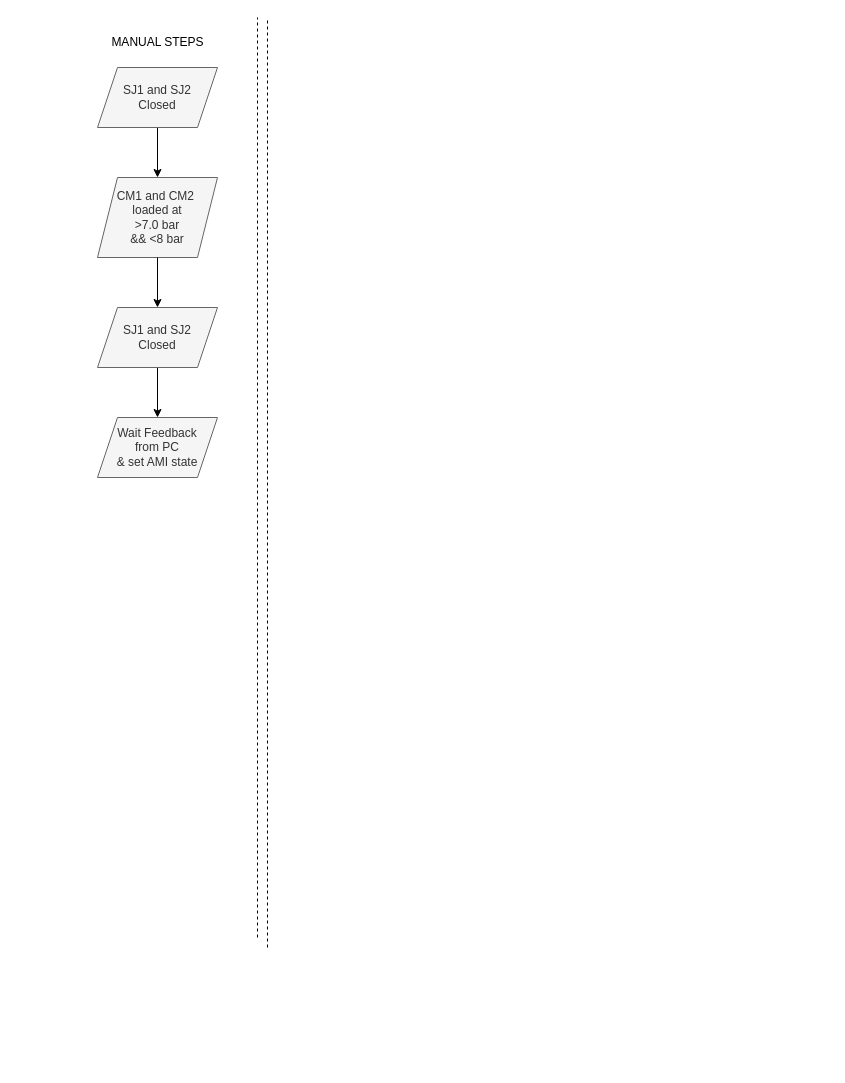
The draw.io diagram InitialCheckup.drawio in carloFerr/carloFerr, before the edit. Source tidied: cells renumbered, new cells numbered last; positions are measured from the earlier drawing's top-left corner, leaving out a move shared by most shapes. Both pictures are drawn from the tidied source at 100%, with x=0, y=0 at pixel (97, 17).
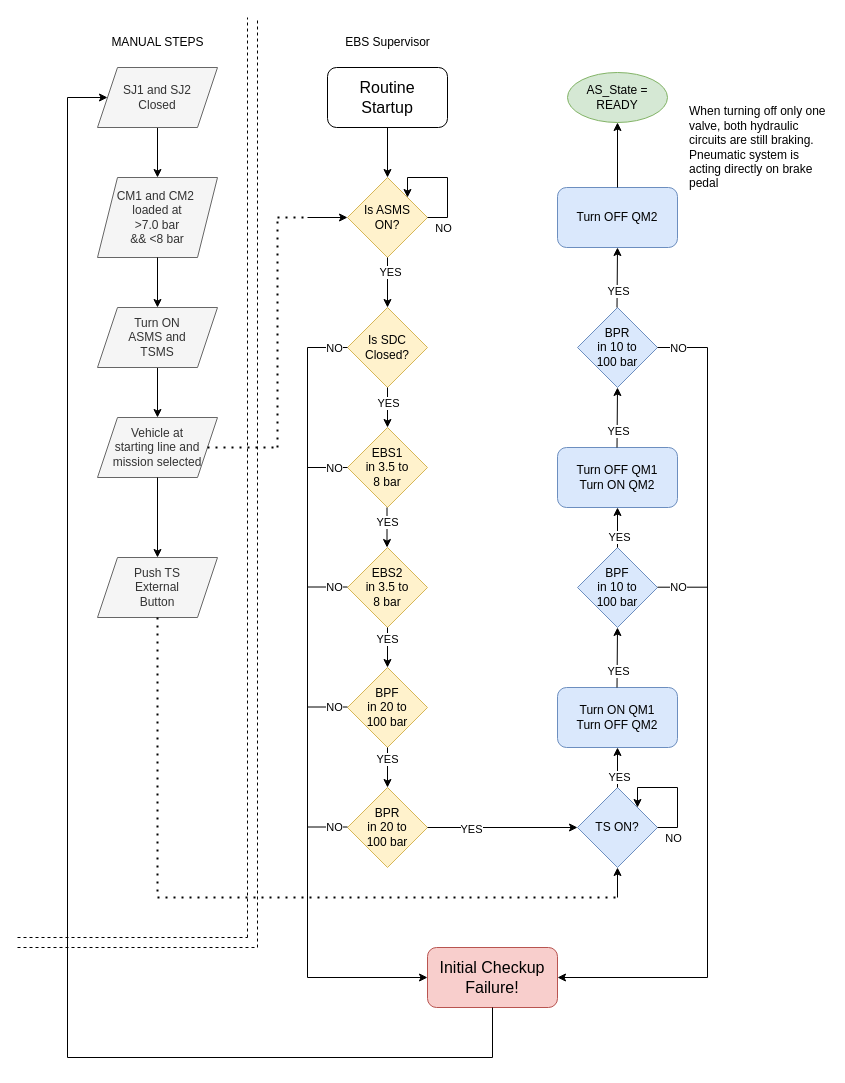
The same diagram, later.

Unchanged cells that the change refers to:
```xml
<mxCell id="3" value="SJ1 and SJ2&lt;br&gt;Closed" style="shape=parallelogram;perimeter=parallelogramPerimeter;whiteSpace=wrap;html=1;fixedSize=1;fillColor=#f5f5f5;fontColor=#333333;strokeColor=#666666;" parent="1" vertex="1">
  <mxGeometry y="50" width="120" height="60" as="geometry" />
</mxCell>
```

Diff of the diagram source:
```diff
@@
-    <mxCell id="5" value="SJ1 and SJ2&lt;br style=&quot;border-color: var(--border-color);&quot;&gt;Closed" style="shape=parallelogram;perimeter=parallelogramPerimeter;whiteSpace=wrap;html=1;fixedSize=1;fillColor=#f5f5f5;fontColor=#333333;strokeColor=#666666;" parent="1" vertex="1">
+    <mxCell id="5" value="Turn ON&lt;br&gt;ASMS and&lt;br&gt;TSMS" style="shape=parallelogram;perimeter=parallelogramPerimeter;whiteSpace=wrap;html=1;fixedSize=1;fillColor=#f5f5f5;fontColor=#333333;strokeColor=#666666;" parent="1" vertex="1">
       <mxGeometry y="290" width="120" height="60" as="geometry" />
     </mxCell>
@@
-    <mxCell id="7" value="Wait Feedback&lt;br&gt;from PC&lt;br&gt;&amp;amp; set AMI state" style="shape=parallelogram;perimeter=parallelogramPerimeter;whiteSpace=wrap;html=1;fixedSize=1;fillColor=#f5f5f5;fontColor=#333333;strokeColor=#666666;" parent="1" vertex="1">
+    <mxCell id="7" value="Vehicle at&lt;br style=&quot;border-color: var(--border-color);&quot;&gt;starting line and&lt;br style=&quot;border-color: var(--border-color);&quot;&gt;mission selected" style="shape=parallelogram;perimeter=parallelogramPerimeter;whiteSpace=wrap;html=1;fixedSize=1;fillColor=#f5f5f5;fontColor=#333333;strokeColor=#666666;" parent="1" vertex="1">
       <mxGeometry y="400" width="120" height="60" as="geometry" />
     </mxCell>
     <mxCell id="8" style="endArrow=none;dashed=1;html=1;rounded=0;" parent="1" edge="1">
       <mxGeometry relative="1" as="geometry">
-        <mxPoint x="170" y="930" as="sourcePoint" />
-        <mxPoint x="170" as="targetPoint" />
+        <mxPoint x="160" y="930" as="sourcePoint" />
+        <mxPoint x="160" as="targetPoint" />
       </mxGeometry>
     </mxCell>
@@
     <mxCell id="10" style="endArrow=none;dashed=1;html=1;rounded=0;" parent="1" edge="1">
       <mxGeometry relative="1" as="geometry">
-        <mxPoint x="160" y="920" as="sourcePoint" />
-        <mxPoint x="160" as="targetPoint" />
+        <mxPoint x="150" y="920" as="sourcePoint" />
+        <mxPoint x="150" as="targetPoint" />
       </mxGeometry>
     </mxCell>
@@
+    <mxCell id="12" value="EBS Supervisor" style="text;html=1;align=center;verticalAlign=middle;strokeColor=none;fillColor=none;" parent="1" vertex="1">
+      <mxGeometry x="235" y="10" width="110" height="30" as="geometry" />
+    </mxCell>
+    <mxCell id="13" value="&lt;font style=&quot;font-size: 16px;&quot;&gt;Routine&lt;br&gt;Startup&lt;/font&gt;" style="rounded=1;whiteSpace=wrap;html=1;" parent="1" vertex="1">
+      <mxGeometry x="230" y="50" width="120" height="60" as="geometry" />
+    </mxCell>
+    <mxCell id="14" value="Is ASMS&lt;br&gt;ON?" style="rhombus;whiteSpace=wrap;html=1;fillColor=#fff2cc;strokeColor=#d6b656;" parent="1" vertex="1">
+      <mxGeometry x="250" y="160" width="80" height="80" as="geometry" />
+    </mxCell>
+    <mxCell id="15" style="endArrow=classic;html=1;rounded=0;entryX=1;entryY=0;entryDx=0;entryDy=0;" parent="1" edge="1" target="14">
+      <mxGeometry relative="1" as="geometry">
+        <mxPoint x="350" y="160" as="sourcePoint" />
+        <Array as="points">
+          <mxPoint x="310" y="160" />
+        </Array>
+      </mxGeometry>
+    </mxCell>
+    <mxCell id="16" style="endArrow=none;html=1;rounded=0;entryX=1;entryY=0.5;entryDx=0;entryDy=0;" parent="1" edge="1" target="14">
+      <mxGeometry relative="1" as="geometry">
+        <mxPoint x="350" y="200" as="sourcePoint" />
+      </mxGeometry>
+    </mxCell>
+    <mxCell id="17" value="&lt;font style=&quot;font-size: 11px;&quot;&gt;NO&lt;/font&gt;" style="edgeLabel;html=1;align=center;verticalAlign=middle;" parent="16" vertex="1">
+      <mxGeometry x="-0.11" y="4" relative="1" as="geometry">
+        <mxPoint x="4" y="6" as="offset" />
+      </mxGeometry>
+    </mxCell>
+    <mxCell id="18" style="endArrow=none;html=1;rounded=0;" parent="1" edge="1">
+      <mxGeometry relative="1" as="geometry">
+        <mxPoint x="350" y="200" as="sourcePoint" />
+        <mxPoint x="350" y="160" as="targetPoint" />
+      </mxGeometry>
+    </mxCell>
+    <mxCell id="19" style="endArrow=classic;html=1;rounded=0;exitX=0.5;exitY=1;exitDx=0;exitDy=0;entryX=0.5;entryY=0;entryDx=0;entryDy=0;" parent="1" edge="1" source="13" target="14">
+      <mxGeometry relative="1" as="geometry" />
+    </mxCell>
+    <mxCell id="20" style="endArrow=classic;html=1;rounded=0;entryX=0.5;entryY=0;entryDx=0;entryDy=0;exitX=0.5;exitY=1;exitDx=0;exitDy=0;" parent="1" edge="1" source="14">
+      <mxGeometry relative="1" as="geometry">
+        <mxPoint x="290" y="290" as="targetPoint" />
+      </mxGeometry>
+    </mxCell>
+    <mxCell id="21" value="YES" style="edgeLabel;html=1;align=center;verticalAlign=middle;" parent="20" vertex="1">
+      <mxGeometry x="-0.45" y="2" relative="1" as="geometry" />
+    </mxCell>
+    <mxCell id="22" value="Is SDC Closed?" style="rhombus;whiteSpace=wrap;html=1;fillColor=#fff2cc;strokeColor=#d6b656;" parent="1" vertex="1">
+      <mxGeometry x="250" y="290" width="80" height="80" as="geometry" />
+    </mxCell>
+    <mxCell id="23" style="endArrow=none;dashed=1;html=1;dashPattern=1 3;strokeWidth=2;rounded=0;exitX=1;exitY=0.5;exitDx=0;exitDy=0;" parent="1" edge="1" source="7">
+      <mxGeometry relative="1" as="geometry">
+        <mxPoint x="180" y="430" as="targetPoint" />
+      </mxGeometry>
+    </mxCell>
+    <mxCell id="24" style="endArrow=none;dashed=1;html=1;dashPattern=1 3;strokeWidth=2;rounded=0;" parent="1" edge="1">
+      <mxGeometry relative="1" as="geometry">
+        <mxPoint x="180" y="430" as="sourcePoint" />
+        <mxPoint x="180" y="200" as="targetPoint" />
+      </mxGeometry>
+    </mxCell>
+    <mxCell id="25" style="endArrow=classic;html=1;rounded=0;entryX=0;entryY=0.5;entryDx=0;entryDy=0;" parent="1" edge="1" target="14">
+      <mxGeometry relative="1" as="geometry">
+        <mxPoint x="210" y="200" as="sourcePoint" />
+      </mxGeometry>
+    </mxCell>
+    <mxCell id="26" style="endArrow=none;dashed=1;html=1;dashPattern=1 3;strokeWidth=2;rounded=0;" parent="1" edge="1">
+      <mxGeometry relative="1" as="geometry">
+        <mxPoint x="180" y="200" as="sourcePoint" />
+        <mxPoint x="210" y="200" as="targetPoint" />
+      </mxGeometry>
+    </mxCell>
+    <mxCell id="27" value="EBS1&lt;br&gt;in 3.5 to&lt;br&gt;8 bar" style="rhombus;whiteSpace=wrap;html=1;fillColor=#fff2cc;strokeColor=#d6b656;" parent="1" vertex="1">
+      <mxGeometry x="250" y="410" width="80" height="80" as="geometry" />
+    </mxCell>
+    <mxCell id="28" style="endArrow=classic;html=1;rounded=0;entryX=0.5;entryY=0;entryDx=0;entryDy=0;exitX=0.5;exitY=1;exitDx=0;exitDy=0;" parent="1" edge="1" source="22" target="27">
+      <mxGeometry relative="1" as="geometry" />
+    </mxCell>
+    <mxCell id="29" value="YES" style="edgeLabel;html=1;align=center;verticalAlign=middle;" parent="28" vertex="1">
+      <mxGeometry x="-0.27" relative="1" as="geometry" />
+    </mxCell>
+    <mxCell id="30" value="EBS2&lt;br&gt;in 3.5 to&lt;br&gt;8 bar" style="rhombus;whiteSpace=wrap;html=1;fillColor=#fff2cc;strokeColor=#d6b656;" parent="1" vertex="1">
+      <mxGeometry x="250" y="530" width="80" height="80" as="geometry" />
+    </mxCell>
+    <mxCell id="31" value="BPR&lt;br&gt;in 20 to&lt;br&gt;100 bar" style="rhombus;whiteSpace=wrap;html=1;fillColor=#fff2cc;strokeColor=#d6b656;" parent="1" vertex="1">
+      <mxGeometry x="250" y="770" width="80" height="80" as="geometry" />
+    </mxCell>
+    <mxCell id="32" value="BPF&lt;br&gt;in 20 to&lt;br&gt;100 bar" style="rhombus;whiteSpace=wrap;html=1;fillColor=#fff2cc;strokeColor=#d6b656;" parent="1" vertex="1">
+      <mxGeometry x="250" y="650" width="80" height="80" as="geometry" />
+    </mxCell>
+    <mxCell id="33" value="AS_State = READY" style="ellipse;whiteSpace=wrap;html=1;fillColor=#d5e8d4;strokeColor=#82b366;" parent="1" vertex="1">
+      <mxGeometry x="470" y="55" width="100" height="50" as="geometry" />
+    </mxCell>
+    <mxCell id="34" style="endArrow=classic;html=1;rounded=0;entryX=0.5;entryY=0;entryDx=0;entryDy=0;exitX=0.5;exitY=1;exitDx=0;exitDy=0;" parent="1" edge="1">
+      <mxGeometry relative="1" as="geometry">
+        <mxPoint x="289.5" y="490" as="sourcePoint" />
+        <mxPoint x="289.5" y="530" as="targetPoint" />
+      </mxGeometry>
+    </mxCell>
+    <mxCell id="35" value="YES" style="edgeLabel;html=1;align=center;verticalAlign=middle;" parent="34" vertex="1">
+      <mxGeometry x="-0.32" relative="1" as="geometry" />
+    </mxCell>
+    <mxCell id="36" style="endArrow=classic;html=1;rounded=0;exitX=0.5;exitY=1;exitDx=0;exitDy=0;entryX=0.5;entryY=0;entryDx=0;entryDy=0;" parent="1" edge="1" source="30" target="32">
+      <mxGeometry relative="1" as="geometry" />
+    </mxCell>
+    <mxCell id="37" value="YES" style="edgeLabel;html=1;align=center;verticalAlign=middle;" parent="36" vertex="1">
+      <mxGeometry x="-0.43" y="-1" relative="1" as="geometry" />
+    </mxCell>
+    <mxCell id="38" value="Push TS&lt;br&gt;External&lt;br&gt;Button" style="shape=parallelogram;perimeter=parallelogramPerimeter;whiteSpace=wrap;html=1;fixedSize=1;fillColor=#f5f5f5;fontColor=#333333;strokeColor=#666666;" parent="1" vertex="1">
+      <mxGeometry y="540" width="120" height="60" as="geometry" />
+    </mxCell>
+    <mxCell id="39" value="TS ON?" style="rhombus;whiteSpace=wrap;html=1;fillColor=#dae8fc;strokeColor=#6c8ebf;" parent="1" vertex="1">
+      <mxGeometry x="480" y="770" width="80" height="80" as="geometry" />
+    </mxCell>
+    <mxCell id="40" style="endArrow=classic;html=1;rounded=0;exitX=0.5;exitY=1;exitDx=0;exitDy=0;entryX=0.5;entryY=0;entryDx=0;entryDy=0;" parent="1" edge="1" source="32" target="31">
+      <mxGeometry relative="1" as="geometry" />
+    </mxCell>
+    <mxCell id="41" value="YES" style="edgeLabel;html=1;align=center;verticalAlign=middle;" parent="40" vertex="1">
+      <mxGeometry x="-0.43" y="-1" relative="1" as="geometry" />
+    </mxCell>
+    <mxCell id="42" style="endArrow=classic;html=1;rounded=0;entryX=1;entryY=0;entryDx=0;entryDy=0;" parent="1" edge="1">
+      <mxGeometry relative="1" as="geometry">
+        <mxPoint x="580" y="770" as="sourcePoint" />
+        <mxPoint x="540" y="790" as="targetPoint" />
+        <Array as="points">
+          <mxPoint x="540" y="770" />
+        </Array>
+      </mxGeometry>
+    </mxCell>
+    <mxCell id="43" style="endArrow=none;html=1;rounded=0;entryX=1;entryY=0.5;entryDx=0;entryDy=0;" parent="1" edge="1">
+      <mxGeometry relative="1" as="geometry">
+        <mxPoint x="580" y="810" as="sourcePoint" />
+        <mxPoint x="560" y="810" as="targetPoint" />
+      </mxGeometry>
+    </mxCell>
+    <mxCell id="44" value="&lt;font style=&quot;font-size: 11px;&quot;&gt;NO&lt;/font&gt;" style="edgeLabel;html=1;align=center;verticalAlign=middle;" parent="43" vertex="1">
+      <mxGeometry x="-0.11" y="4" relative="1" as="geometry">
+        <mxPoint x="4" y="6" as="offset" />
+      </mxGeometry>
+    </mxCell>
+    <mxCell id="45" style="endArrow=none;html=1;rounded=0;" parent="1" edge="1">
+      <mxGeometry relative="1" as="geometry">
+        <mxPoint x="580" y="810" as="sourcePoint" />
+        <mxPoint x="580" y="770" as="targetPoint" />
+      </mxGeometry>
+    </mxCell>
+    <mxCell id="46" style="endArrow=classic;html=1;rounded=0;exitX=0.5;exitY=1;exitDx=0;exitDy=0;entryX=0.5;entryY=0;entryDx=0;entryDy=0;" parent="1" edge="1" source="7" target="38">
+      <mxGeometry relative="1" as="geometry" />
+    </mxCell>
+    <mxCell id="47" style="endArrow=none;dashed=1;html=1;dashPattern=1 3;strokeWidth=2;rounded=0;exitX=0.5;exitY=1;exitDx=0;exitDy=0;" parent="1" edge="1" source="38">
+      <mxGeometry relative="1" as="geometry">
+        <mxPoint x="60" y="880" as="targetPoint" />
+      </mxGeometry>
+    </mxCell>
+    <mxCell id="48" style="endArrow=none;dashed=1;html=1;dashPattern=1 3;strokeWidth=2;rounded=0;" parent="1" edge="1">
+      <mxGeometry relative="1" as="geometry">
+        <mxPoint x="60" y="880" as="sourcePoint" />
+        <mxPoint x="520" y="880" as="targetPoint" />
+      </mxGeometry>
+    </mxCell>
+    <mxCell id="49" style="endArrow=classic;html=1;rounded=0;entryX=0.5;entryY=1;entryDx=0;entryDy=0;" parent="1" edge="1" target="39">
+      <mxGeometry relative="1" as="geometry">
+        <mxPoint x="520" y="880" as="sourcePoint" />
+      </mxGeometry>
+    </mxCell>
+    <mxCell id="50" style="endArrow=none;dashed=1;html=1;rounded=0;" parent="1" edge="1">
+      <mxGeometry relative="1" as="geometry">
+        <mxPoint x="-80" y="920" as="sourcePoint" />
+        <mxPoint x="150" y="920" as="targetPoint" />
+      </mxGeometry>
+    </mxCell>
+    <mxCell id="51" style="endArrow=none;dashed=1;html=1;rounded=0;" parent="1" edge="1">
+      <mxGeometry relative="1" as="geometry">
+        <mxPoint x="-80" y="930" as="sourcePoint" />
+        <mxPoint x="160" y="930" as="targetPoint" />
+      </mxGeometry>
+    </mxCell>
+    <mxCell id="52" style="endArrow=classic;html=1;rounded=0;exitX=1;exitY=0.5;exitDx=0;exitDy=0;entryX=0;entryY=0.5;entryDx=0;entryDy=0;" parent="1" edge="1" source="31" target="39">
+      <mxGeometry relative="1" as="geometry" />
+    </mxCell>
+    <mxCell id="53" value="YES" style="edgeLabel;html=1;align=center;verticalAlign=middle;" parent="52" vertex="1">
+      <mxGeometry x="-0.43" y="-1" relative="1" as="geometry" />
+    </mxCell>
+    <mxCell id="54" style="endArrow=classic;html=1;rounded=0;exitX=0.5;exitY=0;exitDx=0;exitDy=0;" parent="1" edge="1" source="39">
+      <mxGeometry relative="1" as="geometry">
+        <mxPoint x="520" y="730" as="targetPoint" />
+      </mxGeometry>
+    </mxCell>
+    <mxCell id="55" value="YES" style="edgeLabel;html=1;align=center;verticalAlign=middle;" parent="54" vertex="1">
+      <mxGeometry x="-0.43" y="-1" relative="1" as="geometry" />
+    </mxCell>
+    <mxCell id="56" value="&lt;font style=&quot;font-size: 12px;&quot;&gt;Turn ON QM1&lt;br&gt;Turn OFF QM2&lt;/font&gt;" style="rounded=1;whiteSpace=wrap;html=1;fillColor=#dae8fc;strokeColor=#6c8ebf;" parent="1" vertex="1">
+      <mxGeometry x="460" y="670" width="120" height="60" as="geometry" />
+    </mxCell>
+    <mxCell id="57" value="BPF&lt;br&gt;in 10 to&lt;br&gt;100 bar" style="rhombus;whiteSpace=wrap;html=1;fillColor=#dae8fc;strokeColor=#6c8ebf;" parent="1" vertex="1">
+      <mxGeometry x="480" y="530" width="80" height="80" as="geometry" />
+    </mxCell>
+    <mxCell id="58" style="endArrow=classic;html=1;rounded=0;exitX=0.5;exitY=0;exitDx=0;exitDy=0;entryX=0.5;entryY=1;entryDx=0;entryDy=0;" parent="1" edge="1" target="57">
+      <mxGeometry relative="1" as="geometry">
+        <mxPoint x="519.5" y="670" as="sourcePoint" />
+      </mxGeometry>
+    </mxCell>
+    <mxCell id="59" value="YES" style="edgeLabel;html=1;align=center;verticalAlign=middle;" parent="58" vertex="1">
+      <mxGeometry x="-0.43" y="-1" relative="1" as="geometry" />
+    </mxCell>
+    <mxCell id="60" style="endArrow=classic;html=1;rounded=0;exitX=0.5;exitY=0;exitDx=0;exitDy=0;" parent="1" edge="1">
+      <mxGeometry relative="1" as="geometry">
+        <mxPoint x="520" y="530" as="sourcePoint" />
+        <mxPoint x="520" y="490" as="targetPoint" />
+      </mxGeometry>
+    </mxCell>
+    <mxCell id="61" value="YES" style="edgeLabel;html=1;align=center;verticalAlign=middle;" parent="60" vertex="1">
+      <mxGeometry x="-0.43" y="-1" relative="1" as="geometry" />
+    </mxCell>
+    <mxCell id="62" value="&lt;font style=&quot;font-size: 12px;&quot;&gt;Turn OFF QM1&lt;br&gt;Turn ON QM2&lt;/font&gt;" style="rounded=1;whiteSpace=wrap;html=1;fillColor=#dae8fc;strokeColor=#6c8ebf;" parent="1" vertex="1">
+      <mxGeometry x="460" y="430" width="120" height="60" as="geometry" />
+    </mxCell>
+    <mxCell id="63" value="BPR&lt;br&gt;in 10 to&lt;br&gt;100 bar" style="rhombus;whiteSpace=wrap;html=1;fillColor=#dae8fc;strokeColor=#6c8ebf;" parent="1" vertex="1">
+      <mxGeometry x="480" y="290" width="80" height="80" as="geometry" />
+    </mxCell>
+    <mxCell id="64" style="endArrow=classic;html=1;rounded=0;exitX=0.5;exitY=0;exitDx=0;exitDy=0;entryX=0.5;entryY=1;entryDx=0;entryDy=0;" parent="1" edge="1" target="63">
+      <mxGeometry relative="1" as="geometry">
+        <mxPoint x="519.5" y="430" as="sourcePoint" />
+      </mxGeometry>
+    </mxCell>
+    <mxCell id="65" value="YES" style="edgeLabel;html=1;align=center;verticalAlign=middle;" parent="64" vertex="1">
+      <mxGeometry x="-0.43" y="-1" relative="1" as="geometry" />
+    </mxCell>
+    <mxCell id="66" value="&lt;font style=&quot;font-size: 12px;&quot;&gt;Turn OFF QM2&lt;br&gt;&lt;/font&gt;" style="rounded=1;whiteSpace=wrap;html=1;fillColor=#dae8fc;strokeColor=#6c8ebf;" parent="1" vertex="1">
+      <mxGeometry x="460" y="170" width="120" height="60" as="geometry" />
+    </mxCell>
+    <mxCell id="67" style="endArrow=classic;html=1;rounded=0;exitX=0.5;exitY=0;exitDx=0;exitDy=0;entryX=0.5;entryY=1;entryDx=0;entryDy=0;" parent="1" edge="1">
+      <mxGeometry relative="1" as="geometry">
+        <mxPoint x="519.5" y="290" as="sourcePoint" />
+        <mxPoint x="520" y="230" as="targetPoint" />
+      </mxGeometry>
+    </mxCell>
+    <mxCell id="68" value="YES" style="edgeLabel;html=1;align=center;verticalAlign=middle;" parent="67" vertex="1">
+      <mxGeometry x="-0.43" y="-1" relative="1" as="geometry" />
+    </mxCell>
+    <mxCell id="69" style="endArrow=classic;html=1;rounded=0;entryX=0.5;entryY=1;entryDx=0;entryDy=0;exitX=0.5;exitY=0;exitDx=0;exitDy=0;" parent="1" edge="1" source="66" target="33">
+      <mxGeometry relative="1" as="geometry" />
+    </mxCell>
+    <mxCell id="70" value="&lt;div style=&quot;&quot;&gt;&lt;span style=&quot;background-color: initial;&quot;&gt;When turning off only one valve, both hydraulic circuits are still braking.&lt;/span&gt;&lt;/div&gt;&lt;div style=&quot;&quot;&gt;&lt;span style=&quot;background-color: initial;&quot;&gt;Pneumatic system is acting directly on brake pedal&lt;/span&gt;&lt;/div&gt;" style="text;html=1;strokeColor=none;fillColor=none;align=left;verticalAlign=middle;whiteSpace=wrap;rounded=0;" parent="1" vertex="1">
+      <mxGeometry x="590" y="80" width="140" height="100" as="geometry" />
+    </mxCell>
+    <mxCell id="71" style="endArrow=none;html=1;rounded=0;entryX=0;entryY=0.5;entryDx=0;entryDy=0;" parent="1" edge="1" target="22">
+      <mxGeometry relative="1" as="geometry">
+        <mxPoint x="210" y="330" as="sourcePoint" />
+      </mxGeometry>
+    </mxCell>
+    <mxCell id="72" value="NO" style="edgeLabel;html=1;align=center;verticalAlign=middle;" parent="71" vertex="1">
+      <mxGeometry x="0.13" y="-5" relative="1" as="geometry">
+        <mxPoint x="3" y="-5" as="offset" />
+      </mxGeometry>
+    </mxCell>
+    <mxCell id="73" style="endArrow=classic;html=1;rounded=0;entryX=0;entryY=0.5;entryDx=0;entryDy=0;" parent="1" edge="1" target="74">
+      <mxGeometry relative="1" as="geometry">
+        <mxPoint x="210" y="330" as="sourcePoint" />
+        <Array as="points">
+          <mxPoint x="210" y="960" />
+        </Array>
+      </mxGeometry>
+    </mxCell>
+    <mxCell id="74" value="&lt;font style=&quot;font-size: 16px;&quot;&gt;Initial Checkup&lt;br&gt;Failure!&lt;/font&gt;" style="rounded=1;whiteSpace=wrap;html=1;fillColor=#f8cecc;strokeColor=#b85450;" parent="1" vertex="1">
+      <mxGeometry x="330" y="930" width="130" height="60" as="geometry" />
+    </mxCell>
+    <mxCell id="75" style="endArrow=none;html=1;rounded=0;entryX=0;entryY=0.5;entryDx=0;entryDy=0;" parent="1" edge="1" target="27">
+      <mxGeometry relative="1" as="geometry">
+        <mxPoint x="210" y="450" as="sourcePoint" />
+      </mxGeometry>
+    </mxCell>
+    <mxCell id="76" value="NO" style="edgeLabel;html=1;align=center;verticalAlign=middle;" parent="75" vertex="1">
+      <mxGeometry x="0.13" y="-3" relative="1" as="geometry">
+        <mxPoint x="3" y="-3" as="offset" />
+      </mxGeometry>
+    </mxCell>
+    <mxCell id="77" style="endArrow=none;html=1;rounded=0;entryX=0;entryY=0.5;entryDx=0;entryDy=0;" parent="1" edge="1">
+      <mxGeometry relative="1" as="geometry">
+        <mxPoint x="210" y="569.5" as="sourcePoint" />
+        <mxPoint x="250" y="569.5" as="targetPoint" />
+      </mxGeometry>
+    </mxCell>
+    <mxCell id="78" value="NO" style="edgeLabel;html=1;align=center;verticalAlign=middle;" parent="77" vertex="1">
+      <mxGeometry x="0.13" y="-3" relative="1" as="geometry">
+        <mxPoint x="3" y="-3" as="offset" />
+      </mxGeometry>
+    </mxCell>
+    <mxCell id="79" style="endArrow=none;html=1;rounded=0;entryX=0;entryY=0.5;entryDx=0;entryDy=0;" parent="1" edge="1">
+      <mxGeometry relative="1" as="geometry">
+        <mxPoint x="210" y="689.5" as="sourcePoint" />
+        <mxPoint x="250" y="689.5" as="targetPoint" />
+      </mxGeometry>
+    </mxCell>
+    <mxCell id="80" value="NO" style="edgeLabel;html=1;align=center;verticalAlign=middle;" parent="79" vertex="1">
+      <mxGeometry x="0.13" y="-3" relative="1" as="geometry">
+        <mxPoint x="3" y="-3" as="offset" />
+      </mxGeometry>
+    </mxCell>
+    <mxCell id="81" style="endArrow=none;html=1;rounded=0;entryX=0;entryY=0.5;entryDx=0;entryDy=0;" parent="1" edge="1">
+      <mxGeometry relative="1" as="geometry">
+        <mxPoint x="210" y="809.5" as="sourcePoint" />
+        <mxPoint x="250" y="809.5" as="targetPoint" />
+      </mxGeometry>
+    </mxCell>
+    <mxCell id="82" value="NO" style="edgeLabel;html=1;align=center;verticalAlign=middle;" parent="81" vertex="1">
+      <mxGeometry x="0.13" y="-3" relative="1" as="geometry">
+        <mxPoint x="3" y="-3" as="offset" />
+      </mxGeometry>
+    </mxCell>
+    <mxCell id="83" style="endArrow=none;html=1;rounded=0;entryX=1;entryY=0.5;entryDx=0;entryDy=0;" parent="1" edge="1" target="63">
+      <mxGeometry relative="1" as="geometry">
+        <mxPoint x="610" y="330" as="sourcePoint" />
+      </mxGeometry>
+    </mxCell>
+    <mxCell id="84" value="NO" style="edgeLabel;html=1;align=center;verticalAlign=middle;" parent="83" vertex="1">
+      <mxGeometry x="0.61" y="1" relative="1" as="geometry">
+        <mxPoint x="10" y="-1" as="offset" />
+      </mxGeometry>
+    </mxCell>
+    <mxCell id="85" style="endArrow=none;html=1;rounded=0;entryX=1;entryY=0.5;entryDx=0;entryDy=0;" parent="1" edge="1">
+      <mxGeometry relative="1" as="geometry">
+        <mxPoint x="610" y="569.7" as="sourcePoint" />
+        <mxPoint x="560" y="569.7" as="targetPoint" />
+      </mxGeometry>
+    </mxCell>
+    <mxCell id="86" value="NO" style="edgeLabel;html=1;align=center;verticalAlign=middle;" parent="85" vertex="1">
+      <mxGeometry x="0.61" y="1" relative="1" as="geometry">
+        <mxPoint x="10" y="-1" as="offset" />
+      </mxGeometry>
+    </mxCell>
+    <mxCell id="87" style="endArrow=classic;html=1;rounded=0;entryX=1;entryY=0.5;entryDx=0;entryDy=0;" parent="1" edge="1" target="74">
+      <mxGeometry relative="1" as="geometry">
+        <mxPoint x="610" y="330" as="sourcePoint" />
+        <Array as="points">
+          <mxPoint x="610" y="960" />
+        </Array>
+      </mxGeometry>
+    </mxCell>
+    <mxCell id="88" style="endArrow=classic;html=1;rounded=0;exitX=0.5;exitY=1;exitDx=0;exitDy=0;entryX=0;entryY=0.5;entryDx=0;entryDy=0;" parent="1" edge="1" source="74" target="3">
+      <mxGeometry relative="1" as="geometry">
+        <Array as="points">
+          <mxPoint x="395" y="1040" />
+          <mxPoint x="-30" y="1040" />
+          <mxPoint x="-30" y="80" />
+        </Array>
+      </mxGeometry>
+    </mxCell>
```
